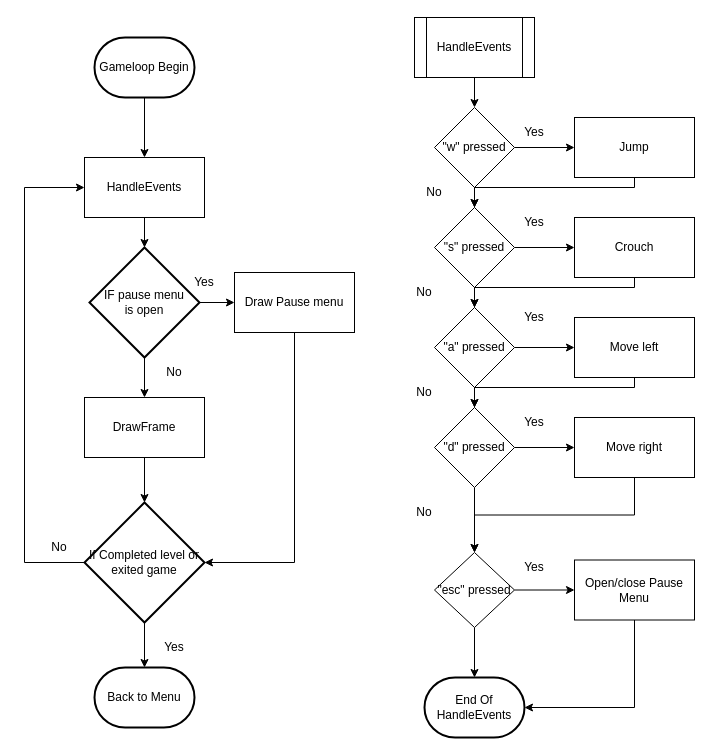
Earlier version of the draw.io diagram Ideas/Flowcharts/MovementIdeas.drawio (O-Fitz/CHAS_Competition2022). Source tidied: cells renumbered, new cells numbered last; positions are measured from the earlier drawing's top-left corner, leaving out a move shared by most shapes. Both pictures are drawn from the tidied source at 100%, with x=0, y=0 at pixel (24, 17).
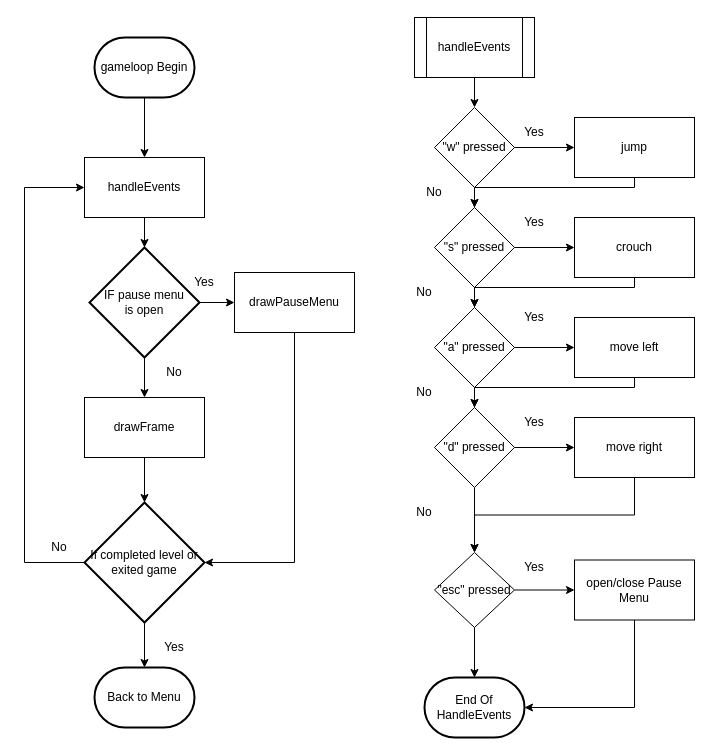
After the change.

Diff of the diagram source:
```diff
@@
-    <mxCell id="3" value="&lt;span style=&quot;&quot;&gt;HandleEvents&lt;/span&gt;" style="shape=process;whiteSpace=wrap;html=1;backgroundOutline=1;" parent="1" vertex="1">
+    <mxCell id="3" value="&lt;span style=&quot;&quot;&gt;handleEvents&lt;/span&gt;" style="shape=process;whiteSpace=wrap;html=1;backgroundOutline=1;" parent="1" vertex="1">
       <mxGeometry x="390" width="120" height="60" as="geometry" />
     </mxCell>
@@
-    <mxCell id="8" value="Jump" style="whiteSpace=wrap;html=1;" parent="1" vertex="1">
+    <mxCell id="8" value="jump" style="whiteSpace=wrap;html=1;" parent="1" vertex="1">
       <mxGeometry x="550" y="100" width="120" height="60" as="geometry" />
     </mxCell>
@@
-    <mxCell id="13" value="Crouch" style="whiteSpace=wrap;html=1;" parent="1" vertex="1">
+    <mxCell id="13" value="crouch" style="whiteSpace=wrap;html=1;" parent="1" vertex="1">
       <mxGeometry x="550" y="200" width="120" height="60" as="geometry" />
     </mxCell>
@@
-    <mxCell id="18" value="Move left" style="whiteSpace=wrap;html=1;" parent="1" vertex="1">
+    <mxCell id="18" value="move left" style="whiteSpace=wrap;html=1;" parent="1" vertex="1">
       <mxGeometry x="550" y="300" width="120" height="60" as="geometry" />
     </mxCell>
@@
-    <mxCell id="23" value="Move right" style="whiteSpace=wrap;html=1;" parent="1" vertex="1">
+    <mxCell id="23" value="move right" style="whiteSpace=wrap;html=1;" parent="1" vertex="1">
       <mxGeometry x="550" y="400" width="120" height="60" as="geometry" />
     </mxCell>
@@
-    <mxCell id="28" value="Open/close Pause Menu" style="whiteSpace=wrap;html=1;" parent="1" vertex="1">
+    <mxCell id="28" value="open/close Pause Menu" style="whiteSpace=wrap;html=1;" parent="1" vertex="1">
       <mxGeometry x="550" y="542.5" width="120" height="60" as="geometry" />
     </mxCell>
@@
-    <mxCell id="30" value="HandleEvents" style="rounded=0;whiteSpace=wrap;html=1;" parent="1" vertex="1">
+    <mxCell id="30" value="handleEvents" style="rounded=0;whiteSpace=wrap;html=1;" parent="1" vertex="1">
       <mxGeometry x="60" y="140" width="120" height="60" as="geometry" />
     </mxCell>
@@
-    <mxCell id="32" value="Draw Pause menu" style="rounded=0;whiteSpace=wrap;html=1;" parent="1" vertex="1">
+    <mxCell id="32" value="drawPauseMenu" style="rounded=0;whiteSpace=wrap;html=1;" parent="1" vertex="1">
       <mxGeometry x="210" y="255" width="120" height="60" as="geometry" />
     </mxCell>
@@
-    <mxCell id="34" value="DrawFrame" style="rounded=0;whiteSpace=wrap;html=1;" parent="1" vertex="1">
+    <mxCell id="34" value="drawFrame" style="rounded=0;whiteSpace=wrap;html=1;" parent="1" vertex="1">
       <mxGeometry x="60" y="380" width="120" height="60" as="geometry" />
     </mxCell>
@@
-    <mxCell id="39" value="&lt;span style=&quot;&quot;&gt;Gameloop Begin&lt;/span&gt;" style="strokeWidth=2;html=1;shape=mxgraph.flowchart.terminator;whiteSpace=wrap;" parent="1" vertex="1">
+    <mxCell id="39" value="&lt;span style=&quot;&quot;&gt;gameloop Begin&lt;/span&gt;" style="strokeWidth=2;html=1;shape=mxgraph.flowchart.terminator;whiteSpace=wrap;" parent="1" vertex="1">
       <mxGeometry x="70" y="20" width="100" height="60" as="geometry" />
     </mxCell>
@@
-    <mxCell id="42" value="If Completed level or exited game" style="strokeWidth=2;html=1;shape=mxgraph.flowchart.decision;whiteSpace=wrap;" parent="1" vertex="1">
+    <mxCell id="42" value="If completed level or exited game" style="strokeWidth=2;html=1;shape=mxgraph.flowchart.decision;whiteSpace=wrap;" parent="1" vertex="1">
       <mxGeometry x="60" y="485" width="120" height="120" as="geometry" />
     </mxCell>
```
